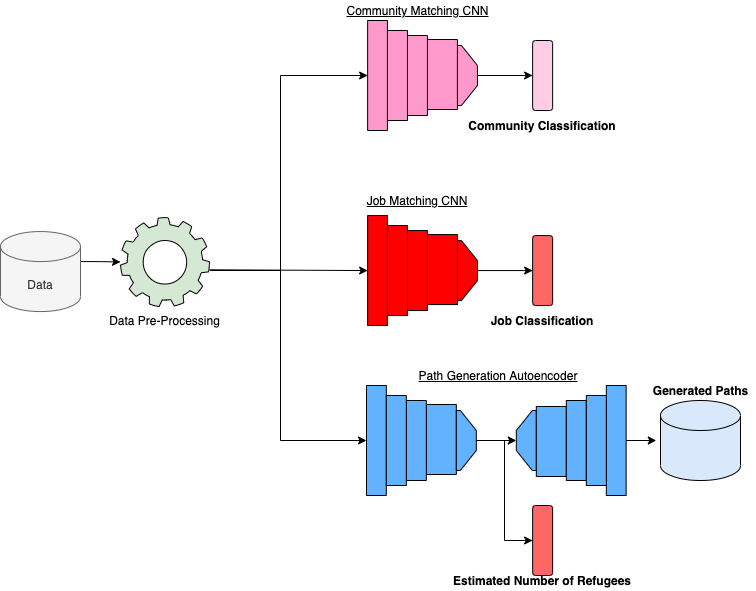
Above: images/docs/model_diagram.png in ayaanzhaque/Trail (draw.io), before the change. Source tidied: cells renumbered, new cells last; positions are measured from the earlier drawing's top-left corner, leaving out a move shared by most shapes.
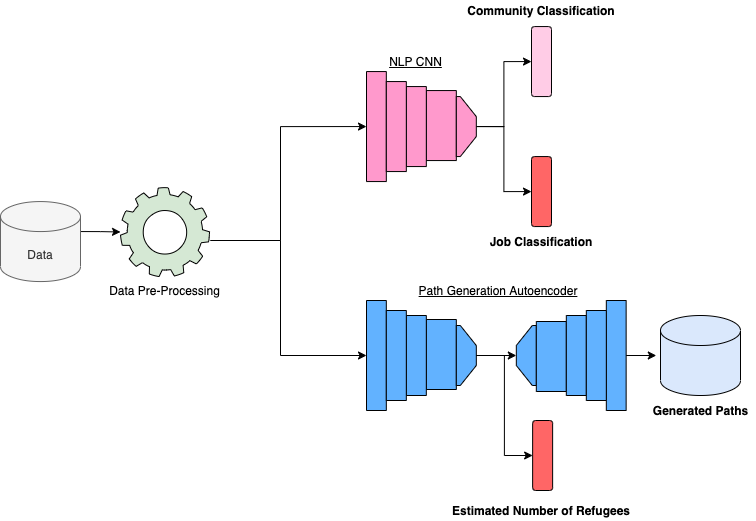
The same diagram one commit later.

What changed in the source:
```diff
@@ -10,29 +10,11 @@
     <mxCell id="3" value="Data" style="shape=cylinder3;whiteSpace=wrap;html=1;boundedLbl=1;backgroundOutline=1;size=15;fillColor=#f5f5f5;strokeColor=#666666;fontColor=#333333;" parent="1" vertex="1">
       <mxGeometry y="231.1" width="80" height="80" as="geometry" />
     </mxCell>
-    <mxCell id="4" style="rounded=0;whiteSpace=wrap;html=1;fillColor=#FF0000;rotation=-180;" parent="1" vertex="1">
-      <mxGeometry x="367.1" y="215.1" width="19.8" height="110" as="geometry" />
-    </mxCell>
-    <mxCell id="5" style="rounded=0;whiteSpace=wrap;html=1;fillColor=#FF0000;fontColor=#ffffff;rotation=-180;" parent="1" vertex="1">
-      <mxGeometry x="426.9" y="234.1" width="30" height="70" as="geometry" />
-    </mxCell>
-    <mxCell id="6" style="rounded=0;whiteSpace=wrap;html=1;fillColor=#FF0000;rotation=-180;" parent="1" vertex="1">
-      <mxGeometry x="406.9" y="230.1" width="20" height="80" as="geometry" />
-    </mxCell>
-    <mxCell id="7" style="edgeStyle=orthogonalEdgeStyle;rounded=0;jettySize=auto;html=1;exitX=0.5;exitY=0;exitDx=0;exitDy=0;entryX=0.5;entryY=0;entryDx=0;entryDy=0;" parent="1" edge="1" source="8" target="36">
-      <mxGeometry relative="1" as="geometry" />
-    </mxCell>
-    <mxCell id="8" style="shape=loopLimit;whiteSpace=wrap;html=1;direction=north;fillColor=#FF0000;rotation=-180;" parent="1" vertex="1">
-      <mxGeometry x="456.9" y="240.1" width="20" height="60" as="geometry" />
-    </mxCell>
-    <mxCell id="9" style="rounded=0;whiteSpace=wrap;html=1;fillColor=#FF0000;rotation=-180;" parent="1" vertex="1">
-      <mxGeometry x="386.9" y="225.1" width="20" height="90" as="geometry" />
-    </mxCell>
     <mxCell id="10" style="rounded=0;whiteSpace=wrap;html=1;fillColor=#62B2FF;rotation=-180;" parent="1" vertex="1">
-      <mxGeometry x="366" y="385" width="19.8" height="110" as="geometry" />
+      <mxGeometry x="366" y="330" width="19.8" height="110" as="geometry" />
     </mxCell>
     <mxCell id="11" style="group;rotation=-180;" parent="1" vertex="1">
-      <mxGeometry x="515.8" y="385" width="109.8" height="110" as="geometry" />
+      <mxGeometry x="515.8" y="330" width="109.8" height="110" as="geometry" />
     </mxCell>
     <mxCell id="12" style="rounded=0;whiteSpace=wrap;html=1;fillColor=#62B2FF;rotation=-360;" parent="11" vertex="1">
       <mxGeometry x="90" width="19.8" height="110" as="geometry" />
@@ -53,7 +35,7 @@
       <mxGeometry x="50" width="20" height="90" as="geometry" />
     </mxCell>
     <mxCell id="18" style="group;" parent="1" vertex="1">
-      <mxGeometry x="385.8" y="395" width="90" height="90" as="geometry" />
+      <mxGeometry x="385.8" y="340" width="90" height="90" as="geometry" />
     </mxCell>
     <mxCell id="19" style="rounded=0;whiteSpace=wrap;html=1;fillColor=#62B2FF;fontColor=#ffffff;rotation=-180;" parent="18" vertex="1">
       <mxGeometry x="40" y="9" width="30" height="70" as="geometry" />
@@ -69,50 +51,50 @@
     </mxCell>
     <mxCell id="23" style="edgeStyle=orthogonalEdgeStyle;rounded=0;jettySize=auto;html=1;exitX=1;exitY=0.5;exitDx=0;exitDy=0;" parent="1" edge="1" source="12">
       <mxGeometry relative="1" as="geometry">
-        <mxPoint x="655.8" y="439.7" as="targetPoint" />
+        <mxPoint x="655.8" y="384.7" as="targetPoint" />
       </mxGeometry>
     </mxCell>
     <mxCell id="24" value="&lt;b&gt;Generated Paths&lt;/b&gt;" style="text;html=1;strokeColor=none;fillColor=none;align=center;verticalAlign=middle;whiteSpace=wrap;rounded=0;" parent="1" vertex="1">
-      <mxGeometry x="645.6" y="380" width="108.7" height="20" as="geometry" />
+      <mxGeometry x="645.6" y="430" width="108.7" height="20" as="geometry" />
     </mxCell>
-    <mxCell id="25" value="&lt;u&gt;Job Matching CNN&lt;/u&gt;" style="text;html=1;strokeColor=none;fillColor=none;align=center;verticalAlign=middle;whiteSpace=wrap;rounded=0;" parent="1" vertex="1">
-      <mxGeometry x="350" y="190.1" width="133.9" height="20" as="geometry" />
-    </mxCell>
     <mxCell id="26" style="rounded=0;whiteSpace=wrap;html=1;fillColor=#FF99CC;rotation=-180;" parent="1" vertex="1">
-      <mxGeometry x="367.1" y="20" width="19.8" height="110" as="geometry" />
+      <mxGeometry x="366" y="101.1" width="19.8" height="110" as="geometry" />
     </mxCell>
     <mxCell id="27" style="rounded=0;whiteSpace=wrap;html=1;fillColor=#FF99CC;fontColor=#ffffff;rotation=-180;" parent="1" vertex="1">
-      <mxGeometry x="426.9" y="39" width="30" height="70" as="geometry" />
+      <mxGeometry x="425.8" y="120.1" width="30" height="70" as="geometry" />
     </mxCell>
     <mxCell id="28" style="rounded=0;whiteSpace=wrap;html=1;fillColor=#FF99CC;rotation=-180;" parent="1" vertex="1">
-      <mxGeometry x="406.9" y="35" width="20" height="80" as="geometry" />
+      <mxGeometry x="405.8" y="116.1" width="20" height="80" as="geometry" />
     </mxCell>
     <mxCell id="29" style="edgeStyle=orthogonalEdgeStyle;rounded=0;jettySize=auto;html=1;exitX=0.5;exitY=0;exitDx=0;exitDy=0;entryX=0.5;entryY=1;entryDx=0;entryDy=0;" parent="1" edge="1" source="30" target="32">
       <mxGeometry relative="1" as="geometry" />
     </mxCell>
+    <mxCell id="48" style="edgeStyle=orthogonalEdgeStyle;rounded=0;jettySize=auto;html=1;exitX=0.5;exitY=0;exitDx=0;exitDy=0;" parent="1" edge="1" source="30" target="36">
+      <mxGeometry relative="1" as="geometry" />
+    </mxCell>
     <mxCell id="30" style="shape=loopLimit;whiteSpace=wrap;html=1;direction=north;fillColor=#FF99CC;rotation=-180;" parent="1" vertex="1">
-      <mxGeometry x="456.9" y="45" width="20" height="60" as="geometry" />
+      <mxGeometry x="455.8" y="126.1" width="20" height="60" as="geometry" />
     </mxCell>
     <mxCell id="31" style="rounded=0;whiteSpace=wrap;html=1;fillColor=#FF99CC;rotation=-180;" parent="1" vertex="1">
-      <mxGeometry x="386.9" y="30" width="20" height="90" as="geometry" />
+      <mxGeometry x="385.8" y="111.1" width="20" height="90" as="geometry" />
     </mxCell>
     <mxCell id="32" style="rounded=1;whiteSpace=wrap;html=1;rotation=90;fillColor=#FFCCE6;" parent="1" vertex="1">
-      <mxGeometry x="507.1" y="65" width="70" height="20" as="geometry" />
+      <mxGeometry x="506" y="81.1" width="70" height="20" as="geometry" />
     </mxCell>
     <mxCell id="33" value="&lt;b&gt;Community Classification&lt;/b&gt;" style="text;html=1;strokeColor=none;fillColor=none;align=center;verticalAlign=middle;whiteSpace=wrap;rounded=0;" parent="1" vertex="1">
-      <mxGeometry x="465" y="115" width="154.3" height="20" as="geometry" />
+      <mxGeometry x="463.9" y="30" width="154.3" height="20" as="geometry" />
     </mxCell>
-    <mxCell id="34" value="&lt;u&gt;Community Matching CNN&lt;/u&gt;" style="text;html=1;strokeColor=none;fillColor=none;align=center;verticalAlign=middle;whiteSpace=wrap;rounded=0;" parent="1" vertex="1">
-      <mxGeometry x="342.5" width="148.9" height="20" as="geometry" />
+    <mxCell id="34" value="&lt;u&gt;NLP CNN&lt;/u&gt;" style="text;html=1;strokeColor=none;fillColor=none;align=center;verticalAlign=middle;whiteSpace=wrap;rounded=0;" parent="1" vertex="1">
+      <mxGeometry x="341.4" y="81.1" width="148.9" height="20" as="geometry" />
     </mxCell>
     <mxCell id="35" value="&lt;u&gt;Path Generation Autoencoder&lt;/u&gt;" style="text;html=1;strokeColor=none;fillColor=none;align=center;verticalAlign=middle;whiteSpace=wrap;rounded=0;" parent="1" vertex="1">
-      <mxGeometry x="401.6" y="365" width="192.1" height="20" as="geometry" />
+      <mxGeometry x="401.6" y="310" width="192.1" height="20" as="geometry" />
     </mxCell>
     <mxCell id="36" style="rounded=1;whiteSpace=wrap;html=1;fillColor=#FF6666;rotation=-90;" parent="1" vertex="1">
-      <mxGeometry x="507.1" y="260.1" width="70" height="20" as="geometry" />
+      <mxGeometry x="506" y="211.1" width="70" height="20" as="geometry" />
     </mxCell>
     <mxCell id="37" value="&lt;b&gt;Job Classification&lt;/b&gt;" style="text;html=1;strokeColor=none;fillColor=none;align=center;verticalAlign=middle;whiteSpace=wrap;rounded=0;" parent="1" vertex="1">
-      <mxGeometry x="475.2" y="310.1" width="133.9" height="20" as="geometry" />
+      <mxGeometry x="474" y="261.1" width="133.9" height="20" as="geometry" />
     </mxCell>
     <mxCell id="38" style="edgeStyle=orthogonalEdgeStyle;rounded=0;jettySize=auto;html=1;exitX=0.5;exitY=0;exitDx=0;exitDy=0;entryX=0.5;entryY=0;entryDx=0;entryDy=0;" parent="1" edge="1" source="21" target="13">
       <mxGeometry relative="1" as="geometry" />
@@ -124,42 +106,34 @@
       <mxGeometry x="101.8" y="310.1" width="125.5" height="20" as="geometry" />
     </mxCell>
     <mxCell id="41" style="shape=cylinder3;whiteSpace=wrap;html=1;boundedLbl=1;backgroundOutline=1;size=15;fillColor=#dae8fc;" parent="1" vertex="1">
-      <mxGeometry x="660" y="400" width="80" height="80" as="geometry" />
+      <mxGeometry x="660" y="345" width="80" height="80" as="geometry" />
     </mxCell>
     <mxCell id="42" style="edgeStyle=orthogonalEdgeStyle;rounded=0;jettySize=auto;html=1;entryX=1;entryY=0.5;entryDx=0;entryDy=0;" parent="1" edge="1" target="10">
       <mxGeometry relative="1" as="geometry">
         <mxPoint x="210" y="270" as="sourcePoint" />
         <Array as="points">
-          <mxPoint x="210" y="270" />
           <mxPoint x="280" y="270" />
-          <mxPoint x="280" y="440" />
+          <mxPoint x="280" y="385" />
         </Array>
       </mxGeometry>
     </mxCell>
-    <mxCell id="43" style="edgeStyle=orthogonalEdgeStyle;rounded=0;jettySize=auto;html=1;exitX=1;exitY=0.587;exitDx=0;exitDy=0;exitPerimeter=0;entryX=1;entryY=0.5;entryDx=0;entryDy=0;" parent="1" edge="1" source="39" target="4">
-      <mxGeometry relative="1" as="geometry">
-        <Array as="points">
-          <mxPoint x="212" y="269" />
-        </Array>
-      </mxGeometry>
-    </mxCell>
     <mxCell id="44" style="edgeStyle=orthogonalEdgeStyle;rounded=0;jettySize=auto;html=1;entryX=1;entryY=0.5;entryDx=0;entryDy=0;" parent="1" edge="1" target="26">
       <mxGeometry relative="1" as="geometry">
         <mxPoint x="210" y="270" as="sourcePoint" />
         <Array as="points">
           <mxPoint x="280" y="270" />
-          <mxPoint x="280" y="75" />
+          <mxPoint x="280" y="156" />
         </Array>
       </mxGeometry>
     </mxCell>
     <mxCell id="45" style="rounded=1;whiteSpace=wrap;html=1;fillColor=#FF6666;rotation=-90;" parent="1" vertex="1">
-      <mxGeometry x="507.1" y="530" width="70" height="20" as="geometry" />
+      <mxGeometry x="507.1" y="475" width="70" height="20" as="geometry" />
     </mxCell>
     <mxCell id="46" style="edgeStyle=orthogonalEdgeStyle;rounded=0;jettySize=auto;html=1;exitX=0.5;exitY=0;exitDx=0;exitDy=0;entryX=0.5;entryY=0;entryDx=0;entryDy=0;" parent="1" edge="1" source="21" target="45">
       <mxGeometry relative="1" as="geometry" />
     </mxCell>
     <mxCell id="47" value="&lt;b&gt;Estimated Number of Refugees&lt;/b&gt;" style="text;html=1;strokeColor=none;fillColor=none;align=center;verticalAlign=middle;whiteSpace=wrap;rounded=0;" parent="1" vertex="1">
-      <mxGeometry x="442.1" y="570" width="200" height="20" as="geometry" />
+      <mxGeometry x="441" y="530" width="200" height="20" as="geometry" />
     </mxCell>
   </root>
 </mxGraphModel>
```
